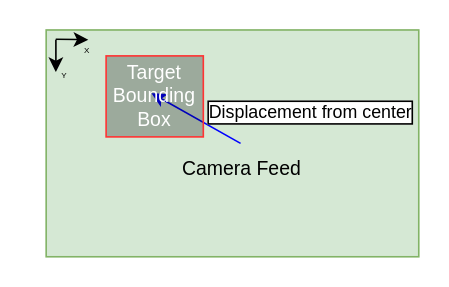
balintbarna/Drone-Landing-Using-Accelerated-Vision keeps this draw.io diagram as docs/bounding_box.drawio. Above is the earlier version. Source tidied: cells renumbered, new cells numbered last; positions are measured from the earlier drawing's top-left corner, leaving out a move shared by most shapes. Both pictures are drawn from the tidied source at 162%, with x=0, y=0 at pixel (45, 29).
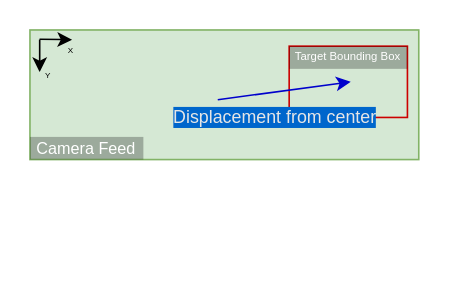
After the change.

The edit, as a diff of the source:
```diff
@@
 <mxGraphModel>
   <root>
     <mxCell id="0" />
     <mxCell id="1" parent="0" />
-    <mxCell id="2" value="Camera Feed" style="rounded=0;whiteSpace=wrap;html=1;fillColor=#d5e8d4;strokeColor=#82b366;spacingLeft=12;spacingBottom=0;spacingTop=32;" parent="1" vertex="1">
-      <mxGeometry width="230" height="140" as="geometry" />
+    <mxCell id="2" style="rounded=0;whiteSpace=wrap;html=1;fillColor=#d5e8d4;strokeColor=#82b366;spacingLeft=12;spacingBottom=0;spacingTop=32;" parent="1" vertex="1">
+      <mxGeometry x="-10" width="240" height="80" as="geometry" />
     </mxCell>
+    <mxCell id="10" style="rounded=0;whiteSpace=wrap;html=1;fontSize=6;fillColor=none;strokeColor=#CC0000;" parent="1" vertex="1">
+      <mxGeometry x="150" y="10" width="73" height="44" as="geometry" />
+    </mxCell>
-    <mxCell id="3" style="endArrow=classic;html=1;strokeColor=#0000FF;fillColor=#0000FF66;endWidth=4.571428571428571;entryX=0.467;entryY=0.46;entryDx=0;entryDy=0;entryPerimeter=0;" parent="1" edge="1" target="5">
+    <mxCell id="3" style="endArrow=classic;html=1;fillColor=#0000FF66;endWidth=4.571428571428571;strokeColor=#0000CC;exitX=0.483;exitY=0.538;exitDx=0;exitDy=0;exitPerimeter=0;" parent="1" edge="1" source="2">
       <mxGeometry relative="1" as="geometry">
-        <mxPoint x="120" y="70" as="sourcePoint" />
+        <mxPoint x="188" y="32" as="targetPoint" />
       </mxGeometry>
     </mxCell>
-    <mxCell id="4" value="&lt;font color=&quot;#000000&quot;&gt;Displacement from center&lt;/font&gt;" style="edgeLabel;html=1;align=center;verticalAlign=middle;fontColor=#FFFFFF;labelBorderColor=#000000;" parent="3" vertex="1">
+    <mxCell id="4" value="&lt;font&gt;Displacement from center&lt;/font&gt;" style="edgeLabel;html=1;align=center;verticalAlign=middle;labelBorderColor=none;labelBackgroundColor=#0066CC;fontColor=#E6E6E6;" parent="3" vertex="1">
       <mxGeometry x="-0.54" y="1" relative="1" as="geometry">
-        <mxPoint x="56" y="-13" as="offset" />
+        <mxPoint x="16" y="14" as="offset" />
       </mxGeometry>
     </mxCell>
-    <mxCell id="5" value="Target Bounding Box" style="rounded=0;whiteSpace=wrap;html=1;strokeColor=#FF3333;fontColor=#FFFFFF;fillColor=#00000044;" parent="1" vertex="1">
-      <mxGeometry x="37" y="16" width="60" height="50" as="geometry" />
+    <mxCell id="5" value="Target Bounding Box" style="rounded=0;whiteSpace=wrap;html=1;fontColor=#FFFFFF;fillColor=#00000044;strokeColor=none;fontSize=7;" parent="1" vertex="1">
+      <mxGeometry x="150" y="10" width="73" height="14" as="geometry" />
     </mxCell>
     <mxCell id="6" style="endArrow=classic;html=1;fontColor=#FFFFFF;fillColor=#0000FF66;exitX=0.043;exitY=0.041;exitDx=0;exitDy=0;exitPerimeter=0;" parent="1" edge="1">
       <mxGeometry relative="1" as="geometry">
-        <mxPoint x="5.9" y="5.7" as="sourcePoint" />
-        <mxPoint x="26" y="6" as="targetPoint" />
+        <mxPoint x="-4.1" y="5.7" as="sourcePoint" />
+        <mxPoint x="16" y="6" as="targetPoint" />
       </mxGeometry>
     </mxCell>
     <mxCell id="7" value="&lt;font color=&quot;#000000&quot; style=&quot;font-size: 5px;&quot;&gt;X&lt;/font&gt;" style="edgeLabel;html=1;align=center;verticalAlign=middle;fontColor=#FFFFFF;labelBackgroundColor=none;fontSize=5;" parent="6" vertex="1">
       <mxGeometry x="0.44" relative="1" as="geometry">
         <mxPoint x="5" y="6" as="offset" />
       </mxGeometry>
     </mxCell>
     <mxCell id="8" style="endArrow=classic;html=1;fontColor=#FFFFFF;fillColor=#0000FF66;" parent="1" edge="1">
       <mxGeometry relative="1" as="geometry">
-        <mxPoint x="6" y="6" as="sourcePoint" />
-        <mxPoint x="6" y="26" as="targetPoint" />
+        <mxPoint x="-4" y="6" as="sourcePoint" />
+        <mxPoint x="-4" y="26" as="targetPoint" />
       </mxGeometry>
     </mxCell>
     <mxCell id="9" value="Y" style="edgeLabel;html=1;align=center;verticalAlign=middle;fontSize=5;labelBackgroundColor=none;" parent="8" vertex="1">
       <mxGeometry x="0.64" y="1" relative="1" as="geometry">
         <mxPoint x="3" y="4" as="offset" />
       </mxGeometry>
     </mxCell>
+    <mxCell id="11" value="Camera Feed" style="rounded=0;whiteSpace=wrap;html=1;fontColor=#FFFFFF;fillColor=#00000044;strokeColor=none;fontSize=10;" parent="1" vertex="1">
+      <mxGeometry x="-10" y="66" width="70" height="14" as="geometry" />
+    </mxCell>
   </root>
 </mxGraphModel>
```
